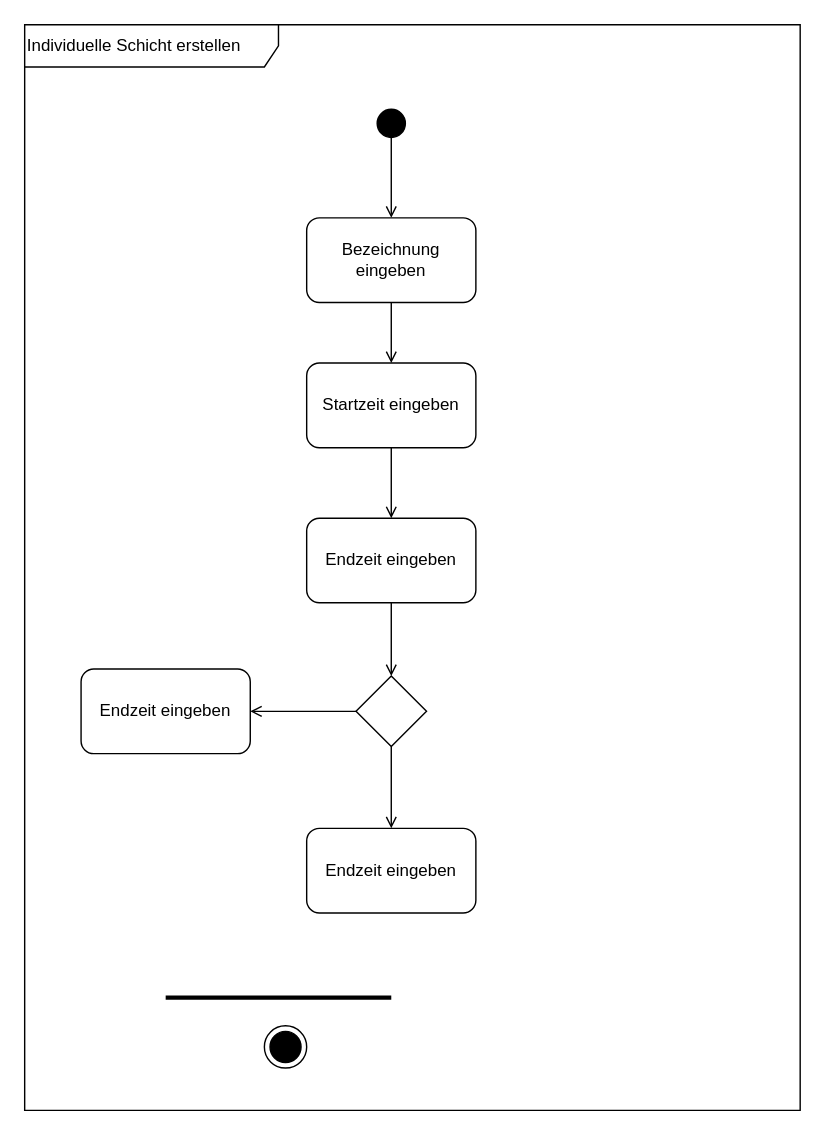
This is 4_Entwurf/Individuelle Schicht erstellen.drawio from annikalenneper/praxisprojekt_mi_bachelor_SoSe24, a draw.io file, before an edit. Source tidied: cells renumbered, new cells numbered last; positions are measured from the earlier drawing's top-left corner, leaving out a move shared by most shapes. Both pictures are drawn from the tidied source at 141%, with x=0, y=0 at pixel (24, 24).
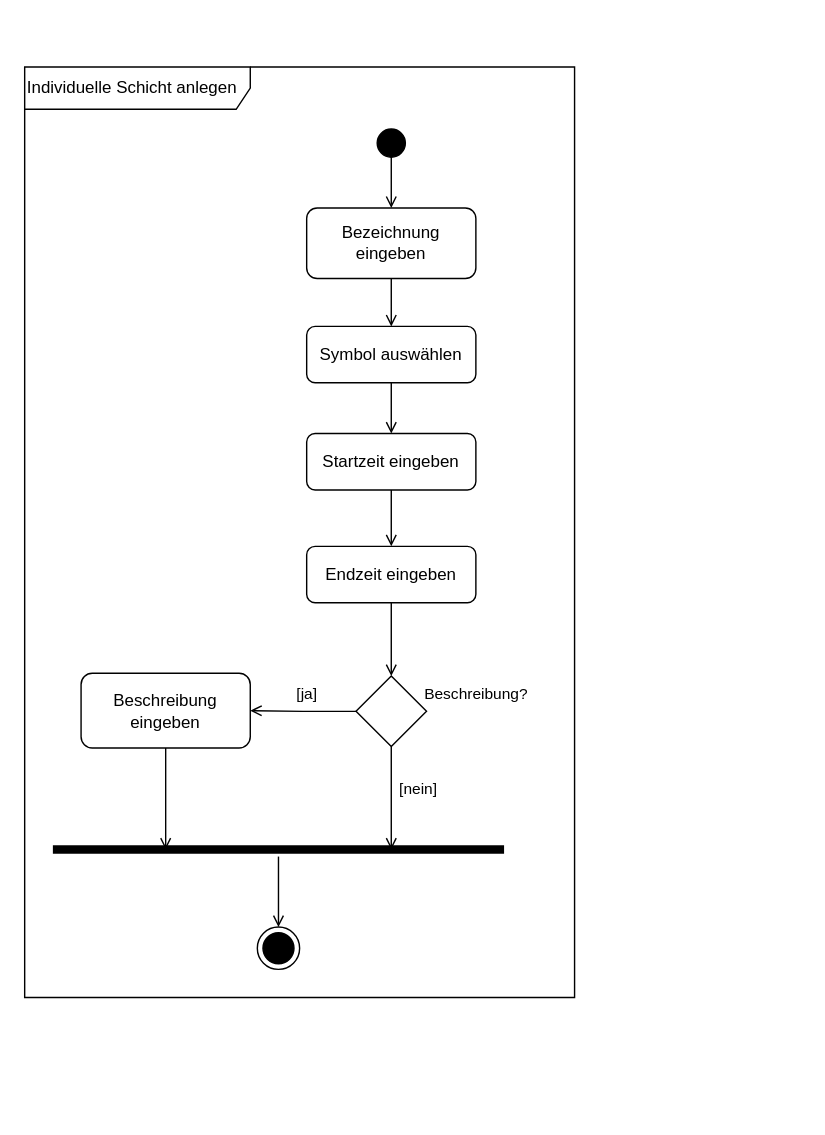
The same page after the edit.

Unchanged cells that the change refers to:
```xml
<mxCell id="13" style="rhombus;whiteSpace=wrap;html=1;" parent="1" vertex="1">
  <mxGeometry x="235" y="462" width="50" height="50" as="geometry" />
</mxCell>
```

What changed in the source:
```diff
@@
-    <mxCell id="2" value="Individuelle Schicht erstellen" style="shape=umlFrame;whiteSpace=wrap;html=1;width=180;height=30;align=left;" parent="1" vertex="1">
-      <mxGeometry width="550" height="770" as="geometry" />
+    <mxCell id="2" value="Individuelle Schicht anlegen" style="shape=umlFrame;whiteSpace=wrap;html=1;width=160;height=30;align=left;" parent="1" vertex="1">
+      <mxGeometry y="30" width="390" height="660" as="geometry" />
     </mxCell>
@@
     <mxCell id="4" style="ellipse;fillColor=strokeColor;html=1;" parent="1" vertex="1">
-      <mxGeometry x="250" y="60" width="20" height="20" as="geometry" />
+      <mxGeometry x="250" y="74" width="20" height="20" as="geometry" />
     </mxCell>
-    <mxCell id="5" style="edgeStyle=orthogonalEdgeStyle;rounded=0;jettySize=auto;html=1;entryX=0.5;entryY=0;entryDx=0;entryDy=0;strokeColor=default;align=center;verticalAlign=middle;fontFamily=Helvetica;fontSize=11;fontColor=default;labelBackgroundColor=default;endArrow=open;endFill=0;" parent="1" edge="1" source="6" target="8">
+    <mxCell id="5" style="edgeStyle=orthogonalEdgeStyle;rounded=0;jettySize=auto;html=1;entryX=0.5;entryY=0;entryDx=0;entryDy=0;strokeColor=default;align=center;verticalAlign=middle;fontFamily=Helvetica;fontSize=11;fontColor=default;labelBackgroundColor=default;endArrow=open;endFill=0;" parent="1" edge="1" source="25" target="8">
       <mxGeometry relative="1" as="geometry" />
     </mxCell>
     <mxCell id="6" value="Bezeichnung eingeben" style="rounded=1;whiteSpace=wrap;html=1;" parent="1" vertex="1">
-      <mxGeometry x="200" y="137" width="120" height="60" as="geometry" />
+      <mxGeometry x="200" y="130" width="120" height="50" as="geometry" />
     </mxCell>
@@
     <mxCell id="8" value="Startzeit eingeben" style="rounded=1;whiteSpace=wrap;html=1;" parent="1" vertex="1">
-      <mxGeometry x="200" y="240" width="120" height="60" as="geometry" />
+      <mxGeometry x="200" y="290" width="120" height="40" as="geometry" />
     </mxCell>
@@
     <mxCell id="10" value="Endzeit eingeben" style="rounded=1;whiteSpace=wrap;html=1;" parent="1" vertex="1">
-      <mxGeometry x="200" y="350" width="120" height="60" as="geometry" />
+      <mxGeometry x="200" y="370" width="120" height="40" as="geometry" />
     </mxCell>
-    <mxCell id="11" style="edgeStyle=orthogonalEdgeStyle;rounded=0;jettySize=auto;html=1;entryX=0.5;entryY=0;entryDx=0;entryDy=0;strokeColor=default;align=center;verticalAlign=middle;fontFamily=Helvetica;fontSize=11;fontColor=default;labelBackgroundColor=default;endArrow=open;endFill=0;" parent="1" edge="1" source="13" target="15">
+    <mxCell id="11" style="edgeStyle=orthogonalEdgeStyle;rounded=0;jettySize=auto;html=1;entryX=0.75;entryY=0.5;entryDx=0;entryDy=0;strokeColor=default;align=center;verticalAlign=middle;fontFamily=Helvetica;fontSize=11;fontColor=default;labelBackgroundColor=default;endArrow=open;endFill=0;entryPerimeter=0;" parent="1" edge="1" source="13" target="19">
       <mxGeometry relative="1" as="geometry" />
     </mxCell>
@@
     <mxCell id="14" style="ellipse;html=1;shape=endState;fillColor=strokeColor;" parent="1" vertex="1">
-      <mxGeometry x="170" y="710" width="30" height="30" as="geometry" />
+      <mxGeometry x="165" y="640" width="30" height="30" as="geometry" />
     </mxCell>
-    <mxCell id="15" value="Endzeit eingeben" style="rounded=1;whiteSpace=wrap;html=1;" parent="1" vertex="1">
-      <mxGeometry x="200" y="570" width="120" height="60" as="geometry" />
-    </mxCell>
-    <mxCell id="16" value="Endzeit eingeben" style="rounded=1;whiteSpace=wrap;html=1;" parent="1" vertex="1">
-      <mxGeometry x="40" y="457" width="120" height="60" as="geometry" />
+    <mxCell id="16" value="Beschreibung eingeben" style="rounded=1;whiteSpace=wrap;html=1;" parent="1" vertex="1">
+      <mxGeometry x="40" y="460" width="120" height="53" as="geometry" />
     </mxCell>
-    <mxCell id="17" style="endArrow=none;startArrow=none;endFill=0;startFill=0;endSize=8;html=1;verticalAlign=bottom;labelBackgroundColor=none;strokeWidth=3;rounded=0;strokeColor=default;align=center;fontFamily=Helvetica;fontSize=11;fontColor=default;edgeStyle=orthogonalEdgeStyle;" parent="1" edge="1">
-      <mxGeometry relative="1" as="geometry">
-        <mxPoint x="100" y="690" as="sourcePoint" />
-        <mxPoint x="260" y="690" as="targetPoint" />
-      </mxGeometry>
-    </mxCell>
+    <mxCell id="18" style="edgeStyle=orthogonalEdgeStyle;rounded=0;jettySize=auto;html=1;entryX=0.5;entryY=0;entryDx=0;entryDy=0;strokeColor=default;align=center;verticalAlign=middle;fontFamily=Helvetica;fontSize=11;fontColor=default;labelBackgroundColor=default;endArrow=open;endFill=0;" parent="1" edge="1" source="19" target="14">
+      <mxGeometry relative="1" as="geometry" />
+    </mxCell>
+    <mxCell id="19" style="shape=line;html=1;strokeWidth=6;strokeColor=#000000;align=center;verticalAlign=middle;fontFamily=Helvetica;fontSize=12;fontColor=default;labelBackgroundColor=default;fillColor=default;" parent="1" vertex="1">
+      <mxGeometry x="20" y="580" width="320" height="10" as="geometry" />
+    </mxCell>
+    <mxCell id="20" style="edgeStyle=orthogonalEdgeStyle;rounded=0;jettySize=auto;html=1;entryX=0.25;entryY=0.5;entryDx=0;entryDy=0;entryPerimeter=0;strokeColor=default;align=center;verticalAlign=middle;fontFamily=Helvetica;fontSize=11;fontColor=default;labelBackgroundColor=default;endArrow=open;endFill=0;" parent="1" edge="1" source="16" target="19">
+      <mxGeometry relative="1" as="geometry" />
+    </mxCell>
+    <mxCell id="21" value="Beschreibung?" style="text;html=1;align=center;verticalAlign=middle;strokeColor=none;fillColor=none;fontFamily=Helvetica;fontSize=11;fontColor=default;labelBackgroundColor=default;" parent="1" vertex="1">
+      <mxGeometry x="270" y="460" width="100" height="30" as="geometry" />
+    </mxCell>
+    <mxCell id="22" value="[ja]" style="text;html=1;align=center;verticalAlign=middle;strokeColor=none;fillColor=none;fontFamily=Helvetica;fontSize=11;fontColor=default;labelBackgroundColor=default;" parent="1" vertex="1">
+      <mxGeometry x="180" y="460" width="40" height="30" as="geometry" />
+    </mxCell>
+    <mxCell id="23" value="[nein]" style="text;html=1;align=center;verticalAlign=middle;strokeColor=none;fillColor=none;fontFamily=Helvetica;fontSize=11;fontColor=default;labelBackgroundColor=default;" parent="1" vertex="1">
+      <mxGeometry x="254" y="527" width="50" height="30" as="geometry" />
+    </mxCell>
+    <mxCell id="24" style="edgeStyle=orthogonalEdgeStyle;rounded=0;jettySize=auto;html=1;entryX=0.5;entryY=0;entryDx=0;entryDy=0;strokeColor=default;align=center;verticalAlign=middle;fontFamily=Helvetica;fontSize=11;fontColor=default;labelBackgroundColor=default;endArrow=open;endFill=0;" parent="1" edge="1" source="6" target="25">
+      <mxGeometry relative="1" as="geometry" />
+    </mxCell>
+    <mxCell id="25" value="Symbol auswählen" style="rounded=1;whiteSpace=wrap;html=1;" parent="1" vertex="1">
+      <mxGeometry x="200" y="214" width="120" height="40" as="geometry" />
+    </mxCell>
```
